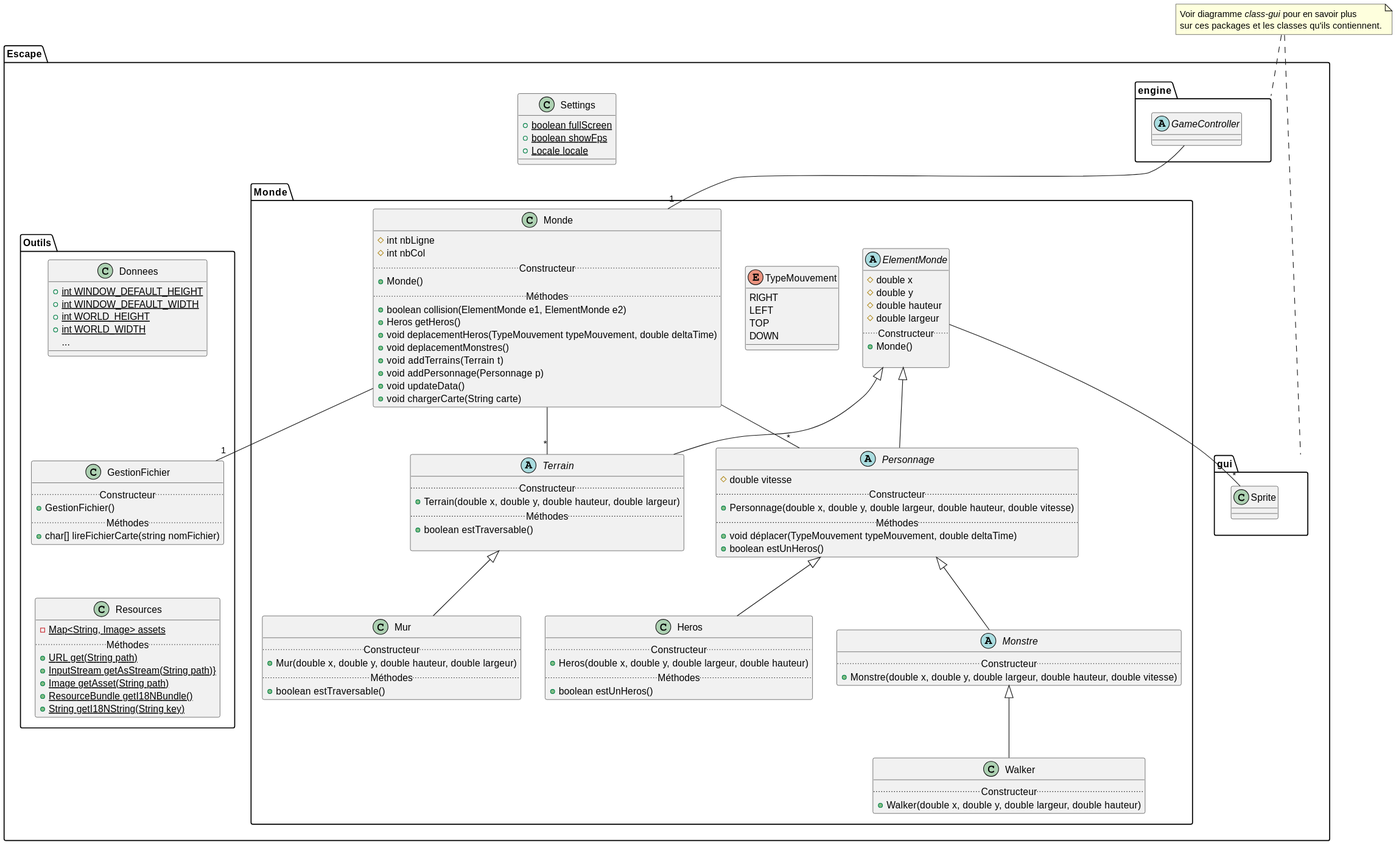
victord54/escape keeps this PlantUML diagram as docs/uml/class-diagram.svg. Above is the earlier version.
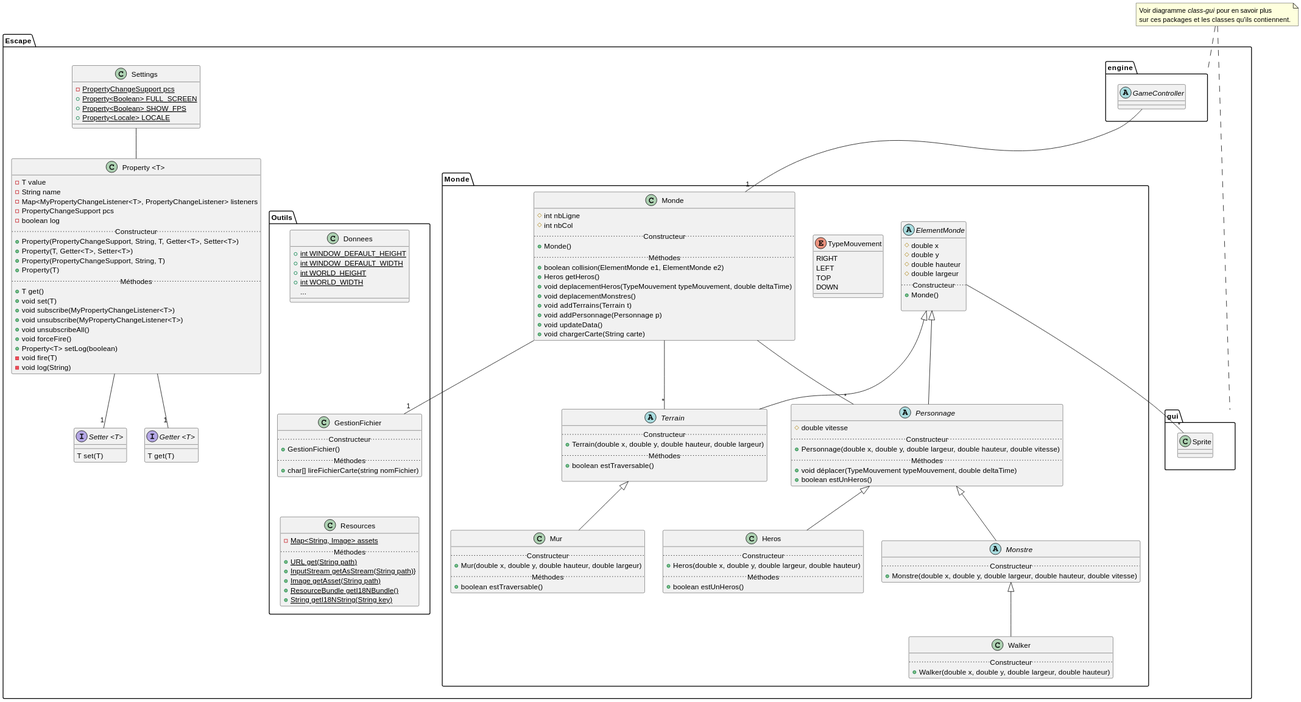
After the commit.

Change to the diagram source:
```diff
@@ -114,9 +114,41 @@
   }
 
   class Settings {
-    + {static} boolean fullScreen
-    + {static} boolean showFps
-    + {static} Locale locale
+    - {static} PropertyChangeSupport pcs
+    + {static} Property<Boolean> FULL_SCREEN
+    + {static} Property<Boolean> SHOW_FPS
+    + {static} Property<Locale> LOCALE
+  }
+
+  class "Property <T> " as Property {
+    - T value
+    - String name
+    - Map<MyPropertyChangeListener<T>, PropertyChangeListener> listeners
+    - PropertyChangeSupport pcs
+    - boolean log
+    ..Constructeur..
+    + Property(PropertyChangeSupport, String, T, Getter<T>, Setter<T>)
+    + Property(T, Getter<T>, Setter<T>)
+    + Property(PropertyChangeSupport, String, T)
+    + Property(T)
+    ..Méthodes..
+    + T get()
+    + void set(T)
+    + void subscribe(MyPropertyChangeListener<T>)
+    + void unsubscribe(MyPropertyChangeListener<T>)
+    + void unsubscribeAll()
+    + void forceFire()
+    + Property<T> setLog(boolean)
+    - void fire(T)
+    - void log(String)
+  }
+
+  interface "Getter <T> " as Getter {
+    T get(T)
+  }
+
+  interface "Setter <T> " as Setter {
+    T set(T)
   }
 }
 
@@ -146,4 +178,8 @@
 Escape.Monde.Monde -- "1" GestionFichier
 
 ElementMonde --"*" Escape.gui.Sprite
+
+Settings -- Property
+Property --"1" Getter
+Property --"1" Setter
 @enduml
```
